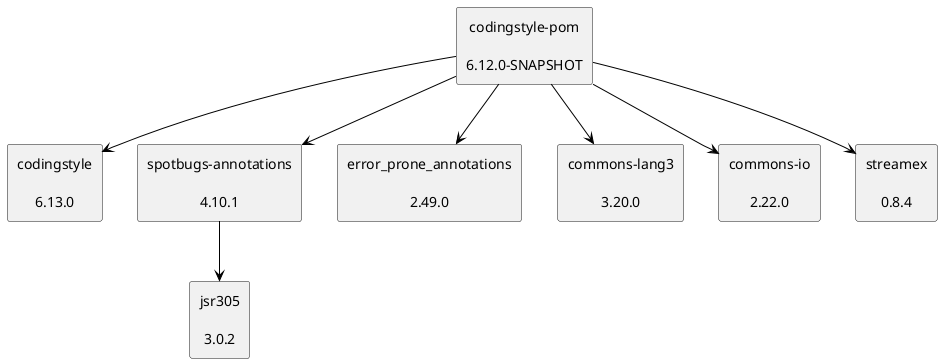
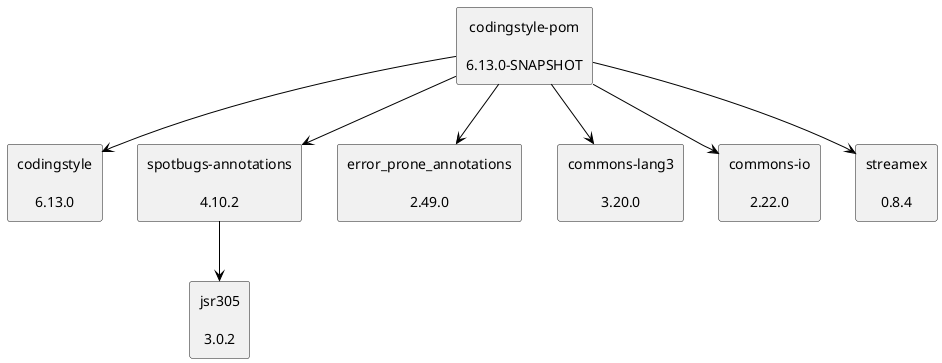
@startuml
skinparam defaultTextAlignment center
skinparam rectangle {
  BackgroundColor<<optional>> beige
  BackgroundColor<<test>> lightGreen
  BackgroundColor<<runtime>> lightBlue
  BackgroundColor<<provided>> lightGray
}
- rectangle "codingstyle-pom\n\n6.12.0-SNAPSHOT" as edu_hm_hafner_codingstyle_pom_pom
+ rectangle "codingstyle-pom\n\n6.13.0-SNAPSHOT" as edu_hm_hafner_codingstyle_pom_pom
rectangle "codingstyle\n\n6.13.0" as edu_hm_hafner_codingstyle_jar
- rectangle "spotbugs-annotations\n\n4.10.1" as com_github_spotbugs_spotbugs_annotations_jar
+ rectangle "spotbugs-annotations\n\n4.10.2" as com_github_spotbugs_spotbugs_annotations_jar
rectangle "jsr305\n\n3.0.2" as com_google_code_findbugs_jsr305_jar
rectangle "error_prone_annotations\n\n2.49.0" as com_google_errorprone_error_prone_annotations_jar
rectangle "commons-lang3\n\n3.20.0" as org_apache_commons_commons_lang3_jar
rectangle "commons-io\n\n2.22.0" as commons_io_commons_io_jar
rectangle "streamex\n\n0.8.4" as one_util_streamex_jar
edu_hm_hafner_codingstyle_pom_pom -[#000000]-> edu_hm_hafner_codingstyle_jar
com_github_spotbugs_spotbugs_annotations_jar -[#000000]-> com_google_code_findbugs_jsr305_jar
edu_hm_hafner_codingstyle_pom_pom -[#000000]-> com_github_spotbugs_spotbugs_annotations_jar
edu_hm_hafner_codingstyle_pom_pom -[#000000]-> com_google_errorprone_error_prone_annotations_jar
edu_hm_hafner_codingstyle_pom_pom -[#000000]-> org_apache_commons_commons_lang3_jar
edu_hm_hafner_codingstyle_pom_pom -[#000000]-> commons_io_commons_io_jar
edu_hm_hafner_codingstyle_pom_pom -[#000000]-> one_util_streamex_jar
@enduml